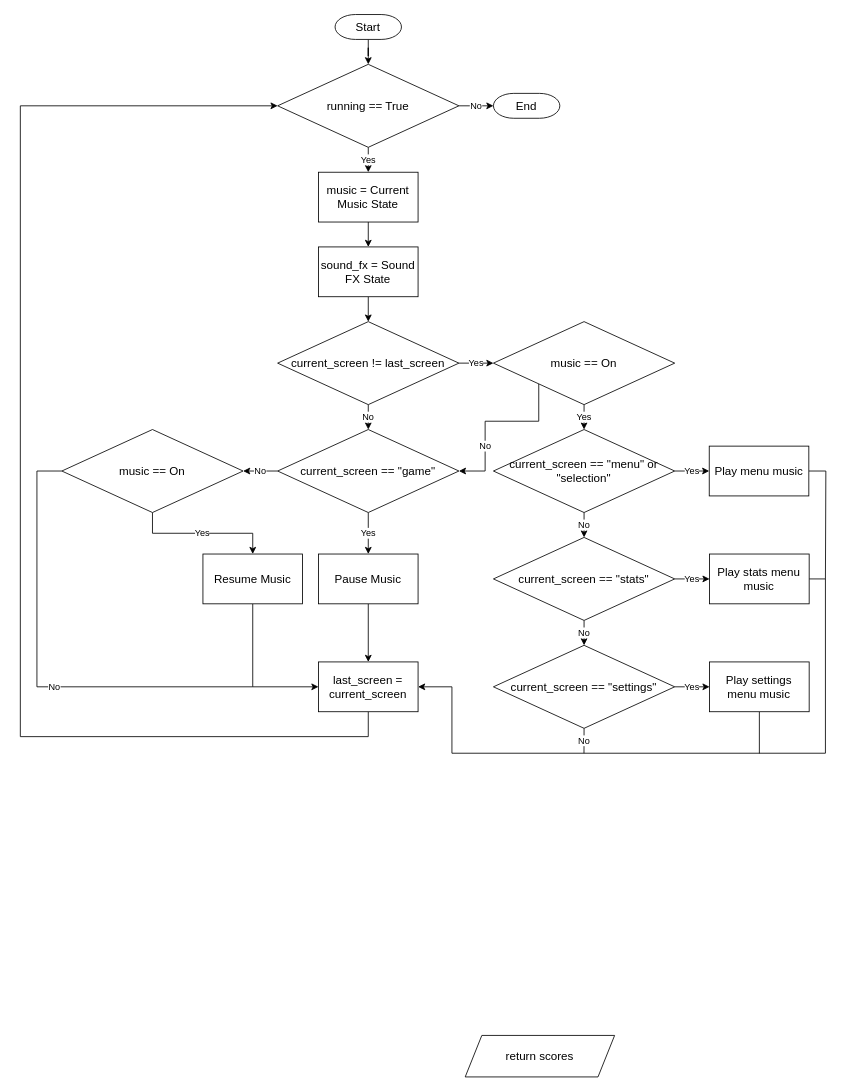
This is diagrams/algorithms/checkAudioAlgo.drawio from Bxnetic/wahtype, a draw.io file, before an edit. Source tidied: cells renumbered, new cells numbered last; positions are measured from the earlier drawing's top-left corner, leaving out a move shared by most shapes. Both pictures are drawn from the tidied source at 83%, with x=0, y=0 at pixel (20, 14).
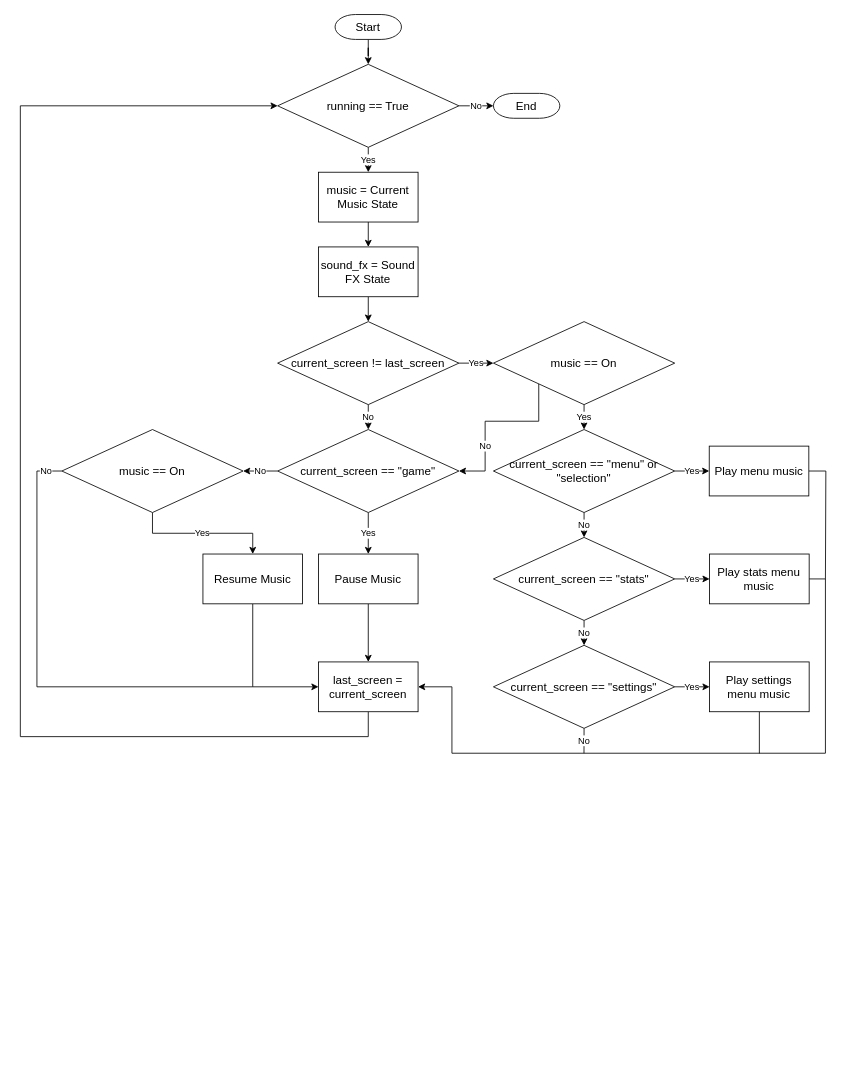
Above is the later version.

Unchanged cells that the change refers to:
```xml
<mxCell id="41" value="music == On" style="rhombus;html=1;spacing=9;spacingLeft=0;whiteSpace=wrap;labelPosition=center;verticalLabelPosition=middle;align=center;verticalAlign=middle;spacingBottom=0;gradientColor=none;fillColor=default;strokeColor=default;fontFamily=Helvetica;fontSize=14;fontColor=default;fontStyle=0;" parent="1" vertex="1">
  <mxGeometry x="50" y="500" width="218.4" height="100" as="geometry" />
</mxCell>
```

The edit, as a diff of the source:
```diff
@@
-    <mxCell id="15" value="return scores" style="shape=parallelogram;perimeter=parallelogramPerimeter;whiteSpace=wrap;html=1;fixedSize=1;fontSize=14;" parent="1" vertex="1">
-      <mxGeometry x="536" y="1230" width="180" height="50" as="geometry" />
-    </mxCell>
@@
     <mxCell id="40" value="No" style="edgeStyle=orthogonalEdgeStyle;rounded=0;jettySize=auto;html=1;exitX=0;exitY=0.5;exitDx=0;exitDy=0;endArrow=none;endFill=0;" parent="1" edge="1" source="41">
-      <mxGeometry x="0.13" relative="1" as="geometry">
+      <mxGeometry x="-0.93" relative="1" as="geometry">
         <mxPoint x="280" y="810" as="targetPoint" />
         <Array as="points">
           <mxPoint x="20" y="550" />
           <mxPoint x="20" y="810" />
         </Array>
       </mxGeometry>
     </mxCell>
```
